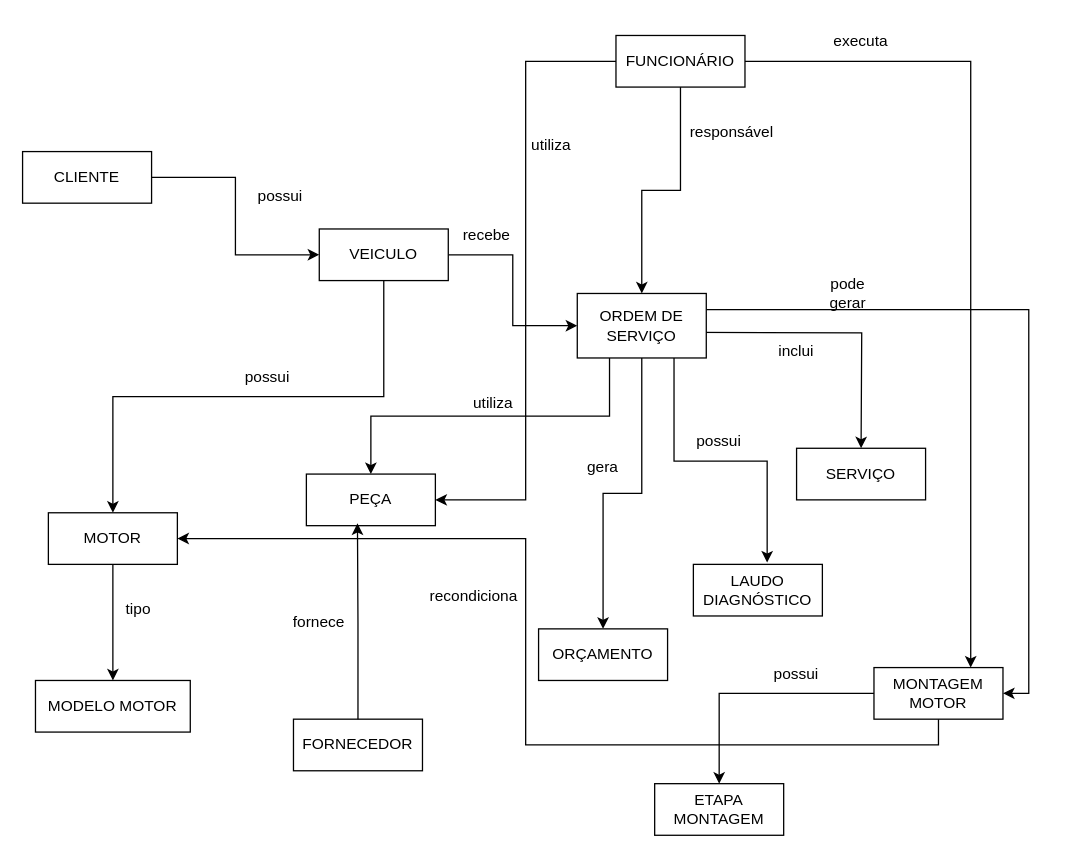
Above: docs/database/diagrams/01-Simple-Diagram.drawio in Tittozo/Project-FeioDiesel (draw.io), before the change. Source tidied: cells renumbered, new cells numbered last; positions are measured from the earlier drawing's top-left corner, leaving out a move shared by most shapes. Both pictures are drawn from the tidied source at 129%, with x=0, y=0 at pixel (22, 22).
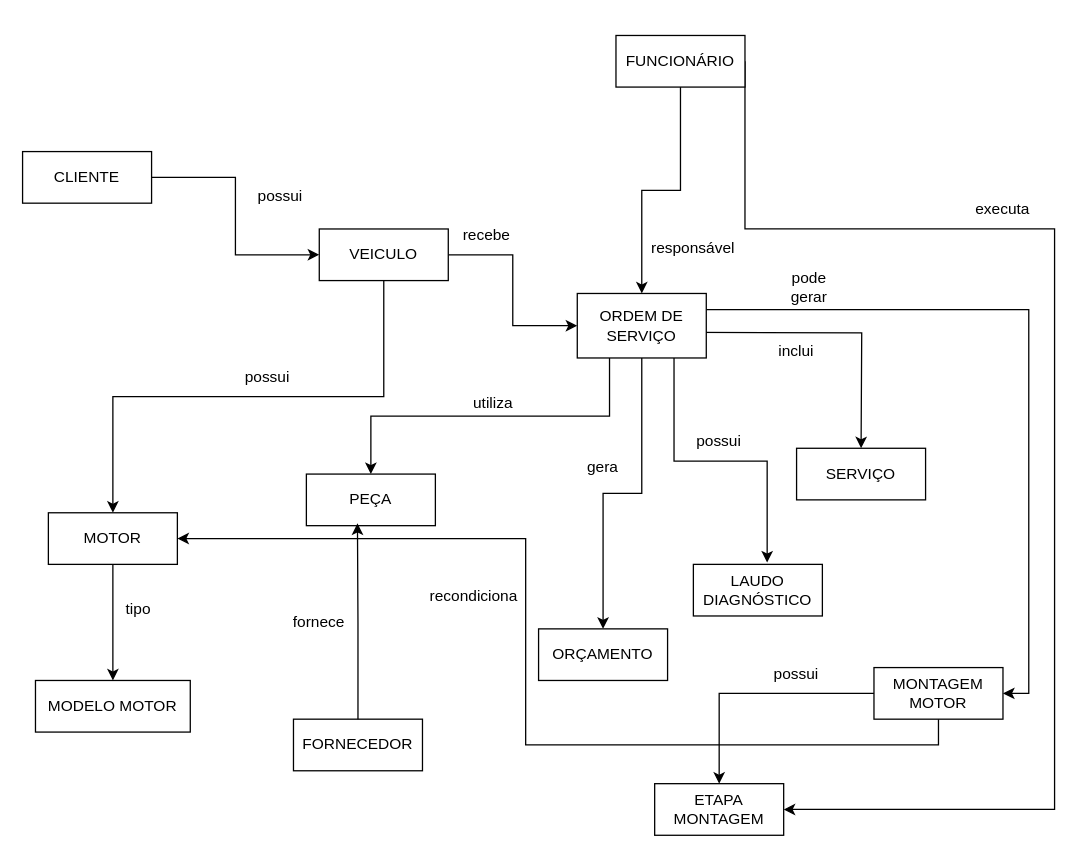
Above is the later version.

Unchanged cells that the change refers to:
```xml
<mxCell id="16" value="PEÇA" style="whiteSpace=wrap;html=1;align=center;" parent="1" vertex="1">
  <mxGeometry x="220" y="350" width="100" height="40" as="geometry" />
</mxCell>
<mxCell id="21" value="FUNCIONÁRIO" style="whiteSpace=wrap;html=1;align=center;" parent="1" vertex="1">
  <mxGeometry x="460" y="10" width="100" height="40" as="geometry" />
</mxCell>
<mxCell id="35" value="MONTAGEM&lt;div&gt;MOTOR&lt;/div&gt;" style="whiteSpace=wrap;html=1;align=center;" parent="1" vertex="1">
  <mxGeometry x="660" y="500" width="100" height="40" as="geometry" />
</mxCell>
<mxCell id="36" value="ETAPA&lt;div&gt;MONTAGEM&lt;/div&gt;" style="whiteSpace=wrap;html=1;align=center;" parent="1" vertex="1">
  <mxGeometry x="490" y="590" width="100" height="40" as="geometry" />
</mxCell>
```

Change to the diagram source:
```diff
@@
-    <mxCell id="19" style="edgeStyle=orthogonalEdgeStyle;rounded=0;jettySize=auto;html=1;exitX=1;exitY=0.5;exitDx=0;exitDy=0;entryX=0.75;entryY=0;entryDx=0;entryDy=0;" parent="1" edge="1" source="21" target="35">
-      <mxGeometry relative="1" as="geometry" />
-    </mxCell>
-    <mxCell id="20" style="edgeStyle=orthogonalEdgeStyle;rounded=0;jettySize=auto;html=1;exitX=0;exitY=0.5;exitDx=0;exitDy=0;entryX=1;entryY=0.5;entryDx=0;entryDy=0;" parent="1" edge="1" source="21" target="16">
-      <mxGeometry relative="1" as="geometry" />
-    </mxCell>
+    <mxCell id="45" style="edgeStyle=orthogonalEdgeStyle;rounded=0;jettySize=auto;html=1;exitX=1;exitY=0.5;exitDx=0;exitDy=0;entryX=1;entryY=0.5;entryDx=0;entryDy=0;" parent="1" edge="1" source="21" target="36">
+      <mxGeometry relative="1" as="geometry">
+        <Array as="points">
+          <mxPoint x="560" y="160" />
+          <mxPoint x="800" y="160" />
+          <mxPoint x="800" y="610" />
+        </Array>
+      </mxGeometry>
+    </mxCell>
@@
     <mxCell id="22" value="responsável" style="text;html=1;whiteSpace=wrap;strokeColor=none;fillColor=none;align=center;verticalAlign=middle;rounded=0;" parent="1" vertex="1">
-      <mxGeometry x="520" y="70" width="60" height="30" as="geometry" />
+      <mxGeometry x="490" y="160" width="60" height="30" as="geometry" />
     </mxCell>
@@
     <mxCell id="37" value="pode gerar" style="text;html=1;whiteSpace=wrap;strokeColor=none;fillColor=none;align=center;verticalAlign=middle;rounded=0;" parent="1" vertex="1">
-      <mxGeometry x="610" y="195" width="60" height="30" as="geometry" />
+      <mxGeometry x="580" y="190" width="60" height="30" as="geometry" />
     </mxCell>
@@
     <mxCell id="42" value="executa" style="text;html=1;whiteSpace=wrap;strokeColor=none;fillColor=none;align=center;verticalAlign=middle;rounded=0;" parent="1" vertex="1">
-      <mxGeometry x="620" width="60" height="30" as="geometry" />
+      <mxGeometry x="730" y="130" width="60" height="30" as="geometry" />
     </mxCell>
-    <mxCell id="43" value="utiliza" style="text;html=1;whiteSpace=wrap;strokeColor=none;fillColor=none;align=center;verticalAlign=middle;rounded=0;" parent="1" vertex="1">
-      <mxGeometry x="380" y="80" width="60" height="30" as="geometry" />
-    </mxCell>
```
